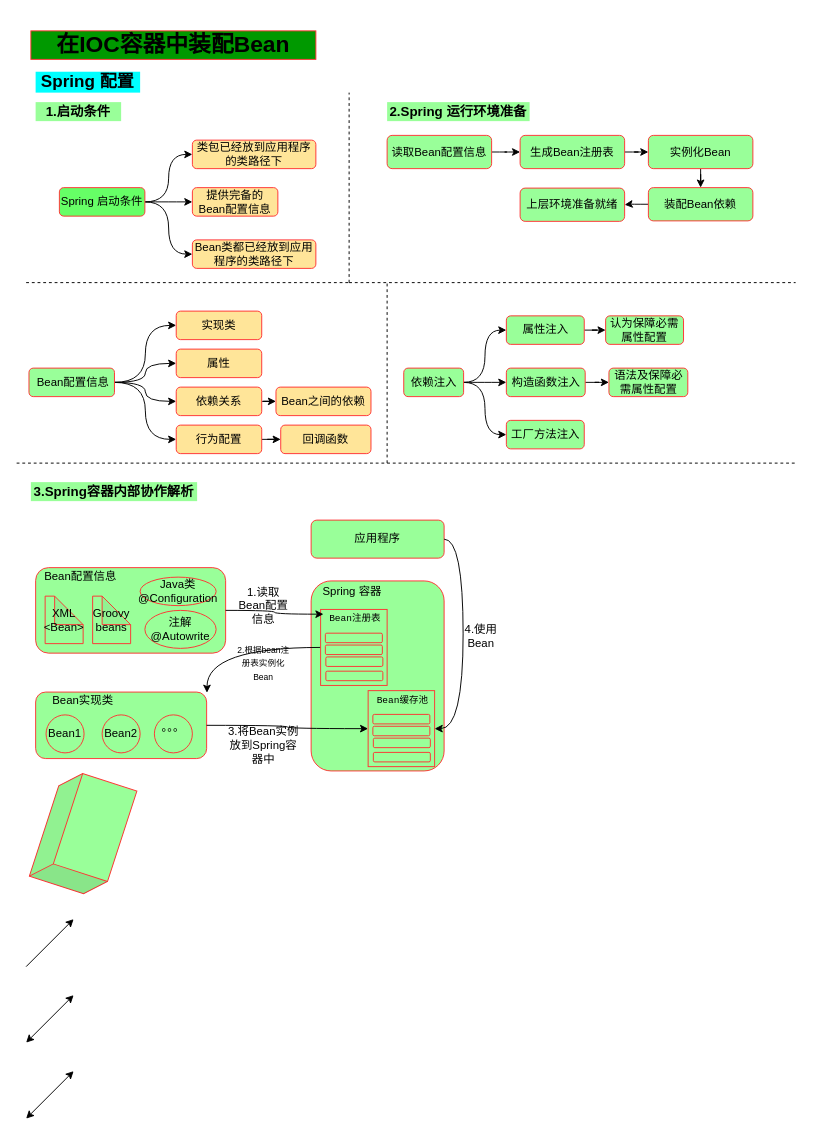
Above: spring企业开发/笔记/chapter5在IOC容器中装配Bean.drawio in chenTerry/Java- (draw.io), before the change. Source tidied: cells renumbered, new cells numbered last; positions are measured from the earlier drawing's top-left corner, leaving out a move shared by most shapes. Both pictures are drawn from the tidied source at 95%, with x=0, y=0 at pixel (16, 30).
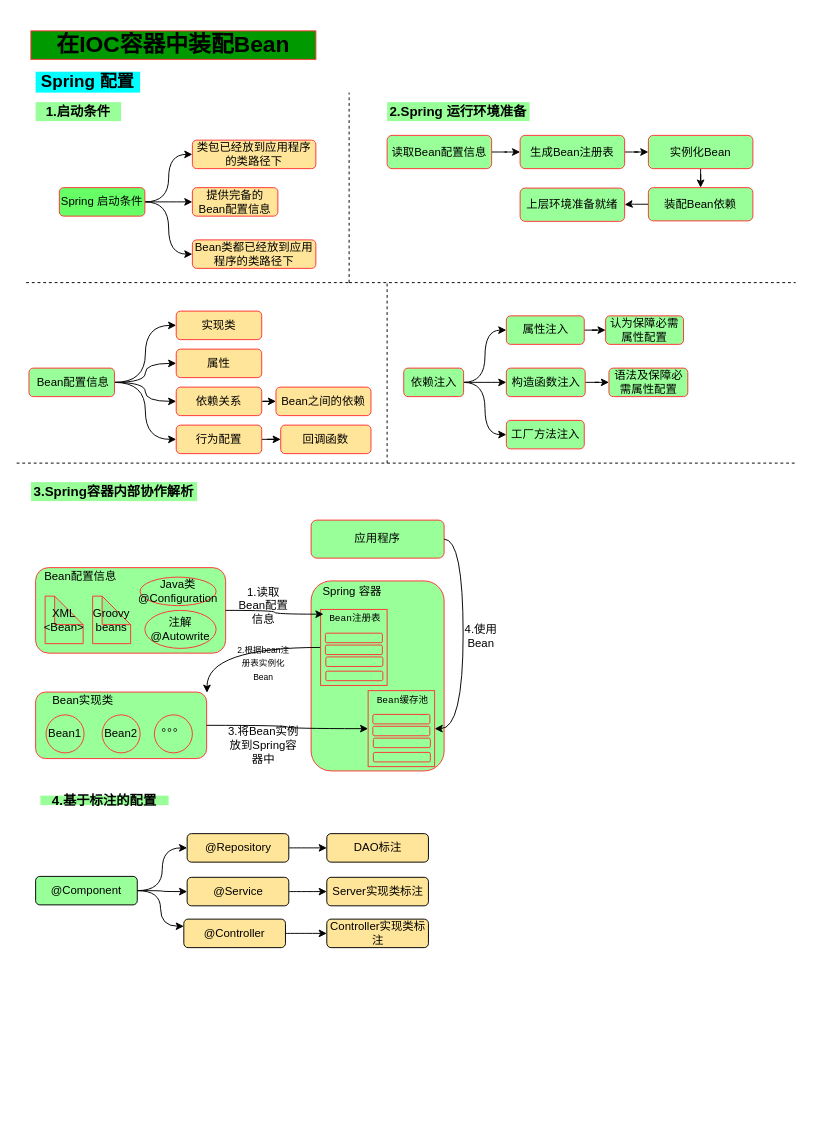
After the change.

Commit message:
更新chapter5在IOC容器中装配Bean.drawio

Change to the diagram source:
```diff
@@
-    <mxCell id="86" style="shape=cube;whiteSpace=wrap;html=1;boundedLbl=1;backgroundOutline=1;darkOpacity=0.05;darkOpacity2=0.1;strokeColor=#FF3333;fillColor=#99FF99;rotation=-72;" parent="1" vertex="1">
-      <mxGeometry x="10" y="805" width="120" height="80" as="geometry" />
-    </mxCell>
-    <mxCell id="87" style="endArrow=classic;html=1;" parent="1" edge="1">
-      <mxGeometry relative="1" as="geometry">
-        <mxPoint x="10" y="985" as="sourcePoint" />
-        <mxPoint x="60" y="935" as="targetPoint" />
-      </mxGeometry>
-    </mxCell>
-    <mxCell id="88" style="endArrow=classic;startArrow=classic;html=1;" parent="1" edge="1">
-      <mxGeometry relative="1" as="geometry">
-        <mxPoint x="10" y="1065" as="sourcePoint" />
-        <mxPoint x="60" y="1015" as="targetPoint" />
-      </mxGeometry>
-    </mxCell>
-    <mxCell id="89" style="endArrow=classic;startArrow=classic;html=1;" parent="1" edge="1">
-      <mxGeometry relative="1" as="geometry">
-        <mxPoint x="10" y="1145" as="sourcePoint" />
-        <mxPoint x="60" y="1095" as="targetPoint" />
-      </mxGeometry>
-    </mxCell>
+    <mxCell id="90" style="edgeStyle=orthogonalEdgeStyle;rounded=0;jettySize=auto;html=1;entryX=0;entryY=0.5;entryDx=0;entryDy=0;curved=1;" parent="1" edge="1" source="93" target="101">
+      <mxGeometry relative="1" as="geometry" />
+    </mxCell>
+    <mxCell id="91" style="edgeStyle=orthogonalEdgeStyle;rounded=0;jettySize=auto;html=1;entryX=0;entryY=0.5;entryDx=0;entryDy=0;curved=1;" parent="1" edge="1" source="93" target="98">
+      <mxGeometry relative="1" as="geometry" />
+    </mxCell>
+    <mxCell id="92" style="edgeStyle=orthogonalEdgeStyle;rounded=0;jettySize=auto;html=1;entryX=0;entryY=0.25;entryDx=0;entryDy=0;curved=1;" parent="1" edge="1" source="93" target="95">
+      <mxGeometry relative="1" as="geometry" />
+    </mxCell>
+    <mxCell id="93" value="@Component" style="rounded=1;whiteSpace=wrap;html=1;fillColor=#99FF99;" parent="1" vertex="1">
+      <mxGeometry x="20" y="890" width="107" height="30" as="geometry" />
+    </mxCell>
+    <mxCell id="94" style="edgeStyle=orthogonalEdgeStyle;curved=1;rounded=0;jettySize=auto;html=1;" parent="1" edge="1" source="95" target="96">
+      <mxGeometry relative="1" as="geometry" />
+    </mxCell>
+    <mxCell id="95" value="@Controller" style="rounded=1;whiteSpace=wrap;html=1;fillColor=#FFE599;" parent="1" vertex="1">
+      <mxGeometry x="176" y="935" width="107" height="30" as="geometry" />
+    </mxCell>
+    <mxCell id="96" value="Controller实现类标注" style="rounded=1;whiteSpace=wrap;html=1;fillColor=#FFE599;" parent="1" vertex="1">
+      <mxGeometry x="326.5" y="935" width="107" height="30" as="geometry" />
+    </mxCell>
+    <mxCell id="97" style="edgeStyle=orthogonalEdgeStyle;curved=1;rounded=0;jettySize=auto;html=1;" parent="1" edge="1" source="98" target="99">
+      <mxGeometry relative="1" as="geometry" />
+    </mxCell>
+    <mxCell id="98" value="@Service" style="rounded=1;whiteSpace=wrap;html=1;fillColor=#FFE599;" parent="1" vertex="1">
+      <mxGeometry x="179.5" y="891" width="107" height="30" as="geometry" />
+    </mxCell>
+    <mxCell id="99" value="Server实现类标注" style="rounded=1;whiteSpace=wrap;html=1;fillColor=#FFE599;" parent="1" vertex="1">
+      <mxGeometry x="326.5" y="891" width="107" height="30" as="geometry" />
+    </mxCell>
+    <mxCell id="100" style="edgeStyle=orthogonalEdgeStyle;curved=1;rounded=0;jettySize=auto;html=1;" parent="1" edge="1" source="101" target="102">
+      <mxGeometry relative="1" as="geometry" />
+    </mxCell>
+    <mxCell id="101" value="@Repository" style="rounded=1;whiteSpace=wrap;html=1;fillColor=#FFE599;" parent="1" vertex="1">
+      <mxGeometry x="179.5" y="845" width="107" height="30" as="geometry" />
+    </mxCell>
+    <mxCell id="102" value="DAO标注" style="rounded=1;whiteSpace=wrap;html=1;fillColor=#FFE599;" parent="1" vertex="1">
+      <mxGeometry x="326.5" y="845" width="107" height="30" as="geometry" />
+    </mxCell>
+    <mxCell id="103" value="&lt;h3&gt;4.基于标注的配置&lt;/h3&gt;" style="text;html=1;strokeColor=none;fillColor=#99FF99;align=center;verticalAlign=middle;whiteSpace=wrap;rounded=0;" parent="1" vertex="1">
+      <mxGeometry x="25" y="805" width="135" height="10" as="geometry" />
+    </mxCell>
```
